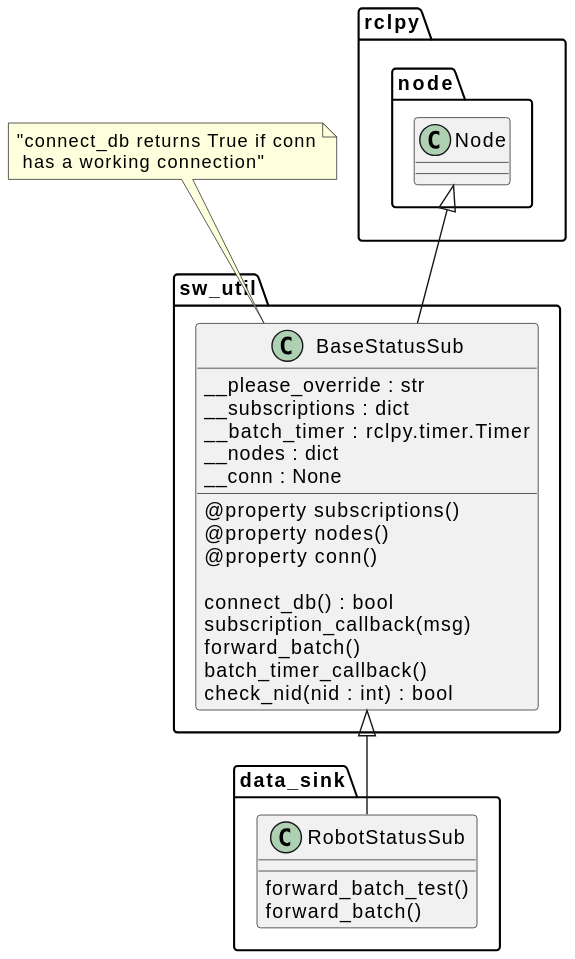
This is Dokumentation/data_sink_class diagram.svg from Nilssteingraeber/SolarSwarmNetworks, a PlantUML export, as it was before one commit. The source it was exported from:
```plantuml
@startuml
package "rclpy.node" {
  class Node
}

package "sw_util" {
  class BaseStatusSub {
    __please_override : str
    __subscriptions : dict
    __batch_timer : rclpy.timer.Timer
    __nodes : dict
    __conn : None

    @property subscriptions()
    @property nodes()
    @property conn()

    connect_db() : bool
    subscription_callback(msg)
    forward_batch()
    batch_timer_callback()
    check_nid(nid : int) : bool
  }
}

note top of BaseStatusSub : "connect_db returns True if conn\n has a working connection"

package "data_sink" {
  class RobotStatusSub {
    forward_batch_test()
    forward_batch()

  }
}

Node <|-- BaseStatusSub
BaseStatusSub <|-- RobotStatusSub
@enduml
```
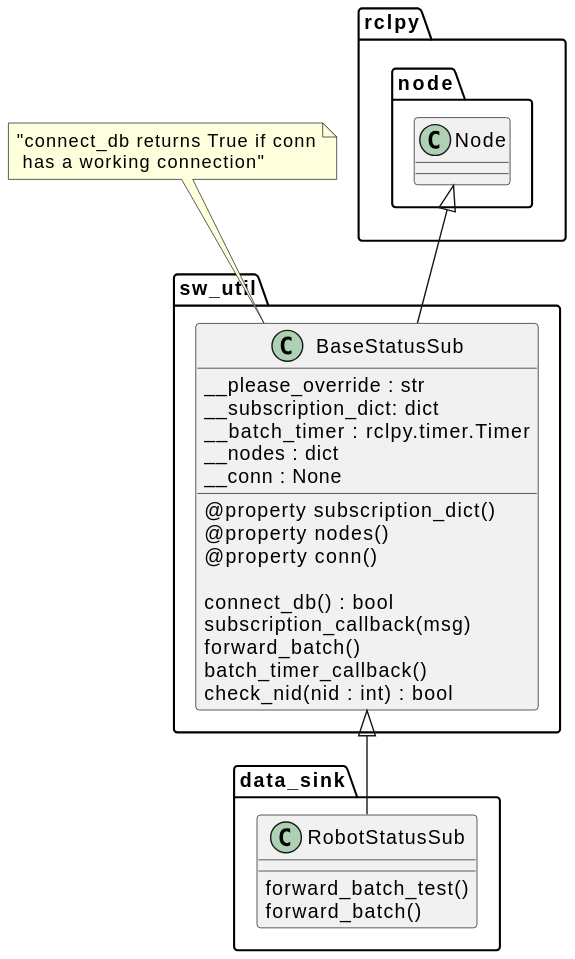
The same diagram one commit later.

What changed in the source:
```diff
@@ -6,12 +6,12 @@
 package "sw_util" {
   class BaseStatusSub {
     __please_override : str
-    __subscriptions : dict
+    __subscription_dict: dict
     __batch_timer : rclpy.timer.Timer
     __nodes : dict
     __conn : None
 
-    @property subscriptions()
+    @property subscription_dict()
     @property nodes()
     @property conn()
 
@@ -29,7 +29,6 @@
   class RobotStatusSub {
     forward_batch_test()
     forward_batch()
-
   }
 }
 
```
